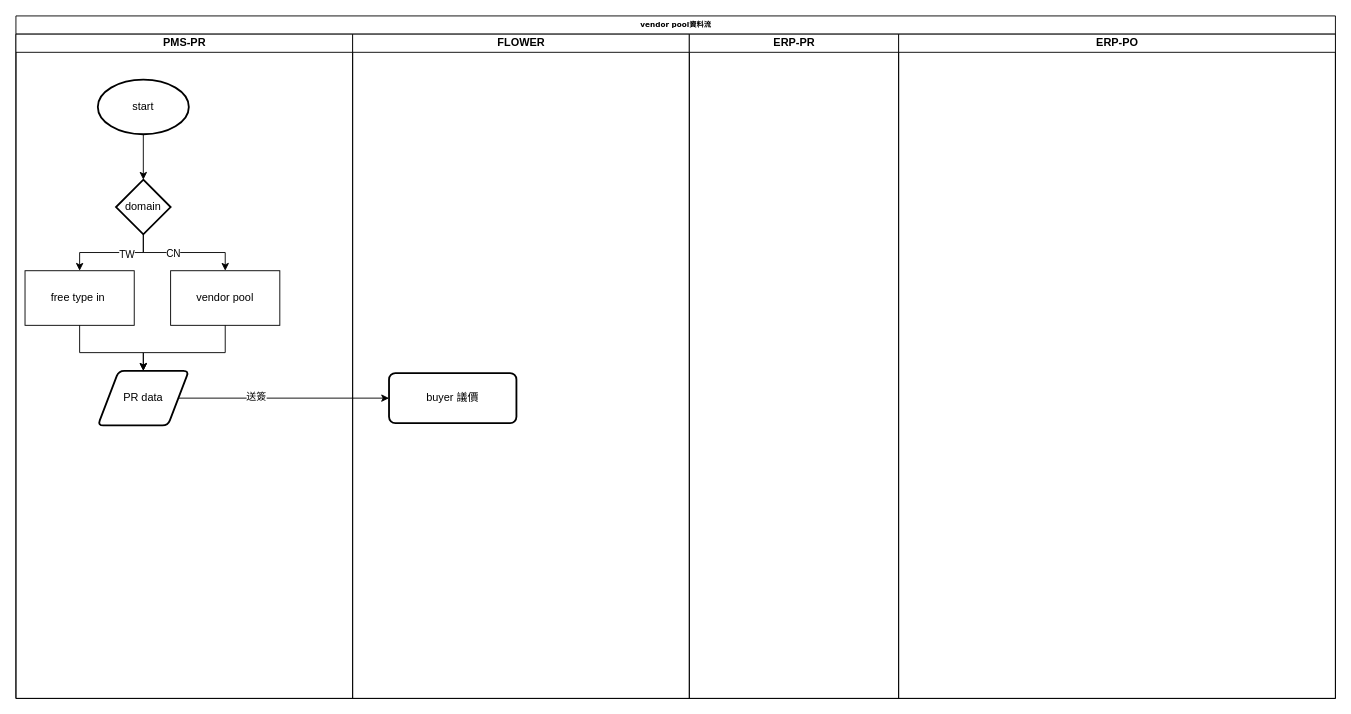
kevin94705/HW3M10923023 keeps this draw.io diagram as 未命名绘图.drawio. Above is the earlier version. Source tidied: cells renumbered, new cells numbered last; positions are measured from the earlier drawing's top-left corner, leaving out a move shared by most shapes. Both pictures are drawn from the tidied source at 91%, with x=0, y=0 at pixel (15, 15).
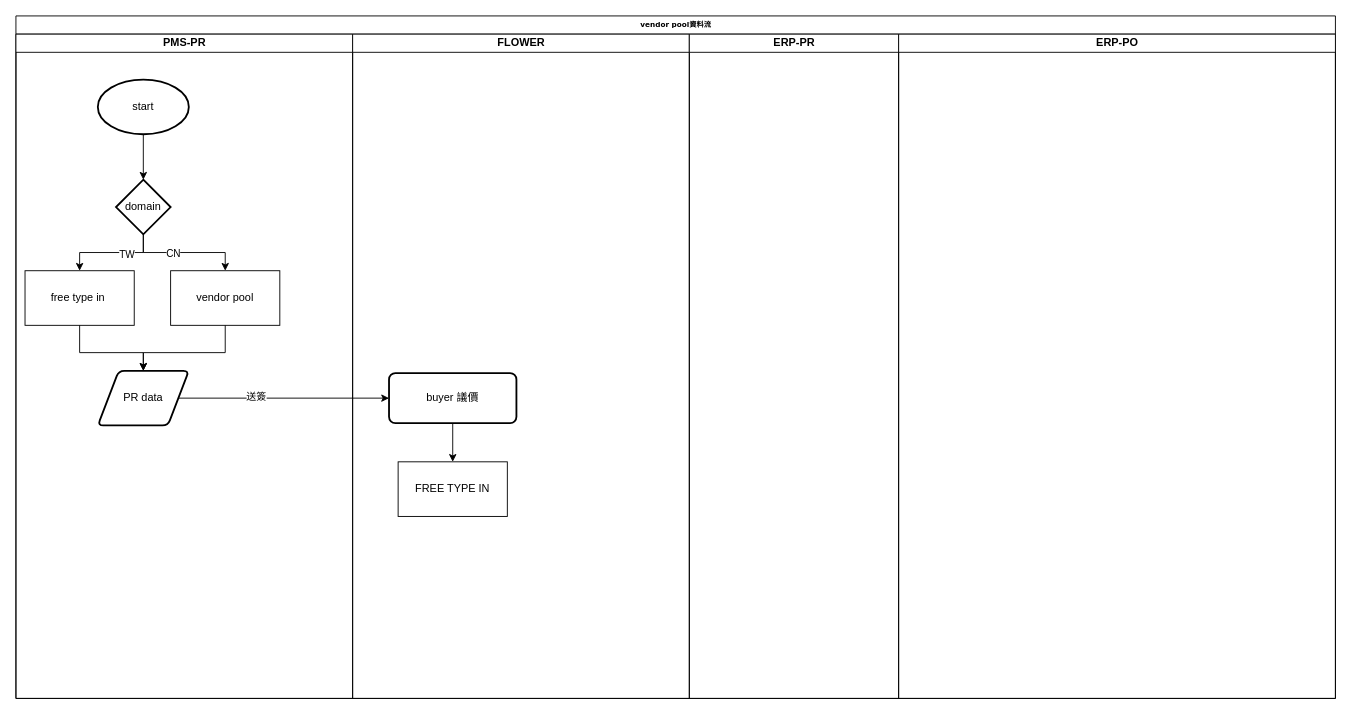
The same diagram, later.

Commit message:
更新未命名绘图.drawio

Unchanged cells that the change refers to:
```xml
<mxCell id="16" value="FLOWER" style="swimlane;html=1;startSize=20;" parent="2" vertex="1">
  <mxGeometry x="370" y="20" width="370" height="730" as="geometry" />
</mxCell>
<mxCell id="17" value="buyer 議價" style="rounded=1;whiteSpace=wrap;html=1;absoluteArcSize=1;arcSize=14;strokeWidth=2;" parent="16" vertex="1">
  <mxGeometry x="40" y="372.5" width="140" height="55" as="geometry" />
</mxCell>
```

The edit, as a diff of the source:
```diff
@@
+    <mxCell id="22" value="FREE TYPE IN" style="rounded=0;whiteSpace=wrap;html=1;direction=east;" parent="16" vertex="1">
+      <mxGeometry x="50" y="470" width="120" height="60" as="geometry" />
+    </mxCell>
+    <mxCell id="23" style="endArrow=classic;html=1;rounded=0;exitX=0.5;exitY=1;exitDx=0;exitDy=0;entryX=0.5;entryY=0;entryDx=0;entryDy=0;" parent="16" edge="1" source="17" target="22">
+      <mxGeometry relative="1" as="geometry" />
+    </mxCell>
```
